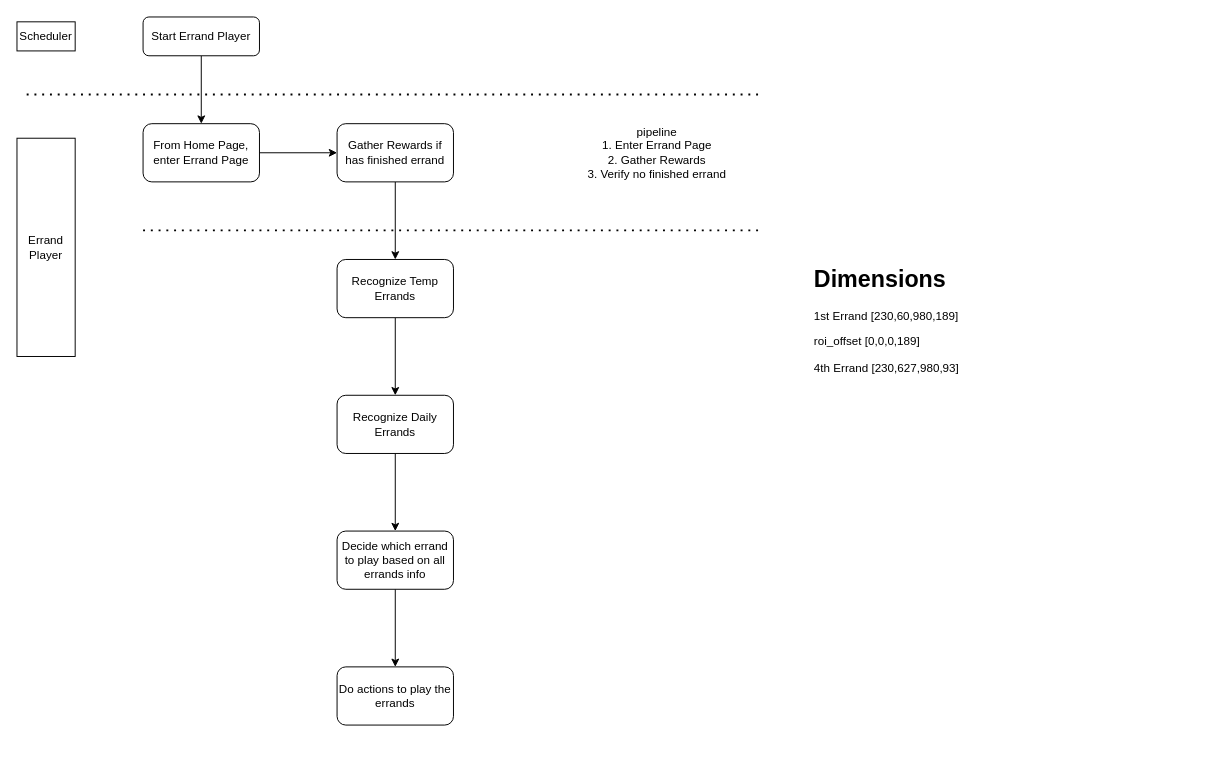
MaaLW/MaaLW-Getto keeps this draw.io diagram as docs/errand.drawio. Above is the earlier version. Source tidied: cells renumbered, new cells numbered last; positions are measured from the earlier drawing's top-left corner, leaving out a move shared by most shapes. Both pictures are drawn from the tidied source at 97%, with x=0, y=0 at pixel (16, 16).
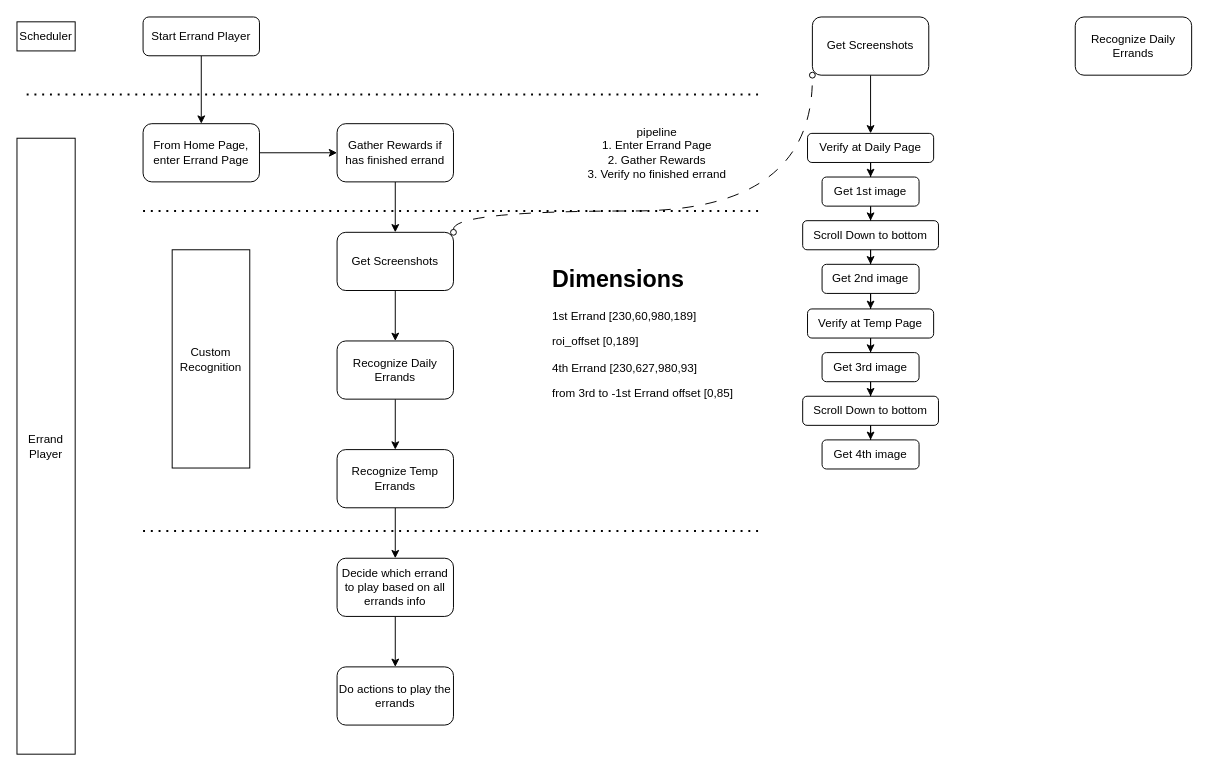
After the change.

The change refers to these unchanged cells:
```xml
<mxCell id="7" value="Gather Rewards if has finished errand" style="whiteSpace=wrap;html=1;rounded=1;glass=0;strokeWidth=1;shadow=0;" parent="1" vertex="1">
  <mxGeometry x="330" y="110" width="120" height="60" as="geometry" />
</mxCell>
```

What changed in the source:
```diff
@@
-    <mxCell id="6" style="edgeStyle=orthogonalEdgeStyle;rounded=0;jettySize=auto;html=1;" parent="1" edge="1" source="7" target="9">
-      <mxGeometry relative="1" as="geometry" />
-    </mxCell>
+    <mxCell id="21" style="edgeStyle=orthogonalEdgeStyle;rounded=0;jettySize=auto;html=1;" parent="1" edge="1" source="7" target="25">
+      <mxGeometry relative="1" as="geometry" />
+    </mxCell>
@@
-    <mxCell id="9" value="Recognize Temp Errands" style="whiteSpace=wrap;html=1;rounded=1;glass=0;strokeWidth=1;shadow=0;" parent="1" vertex="1">
-      <mxGeometry x="330" y="250" width="120" height="60" as="geometry" />
+    <mxCell id="9" value="Recognize Daily Errands" style="whiteSpace=wrap;html=1;rounded=1;glass=0;strokeWidth=1;shadow=0;" parent="1" vertex="1">
+      <mxGeometry x="330" y="334" width="120" height="60" as="geometry" />
     </mxCell>
@@
-    <mxCell id="11" value="Recognize Daily Errands" style="whiteSpace=wrap;html=1;rounded=1;glass=0;strokeWidth=1;shadow=0;" parent="1" vertex="1">
-      <mxGeometry x="330" y="390" width="120" height="60" as="geometry" />
+    <mxCell id="11" value="Recognize Temp Errands" style="whiteSpace=wrap;html=1;rounded=1;glass=0;strokeWidth=1;shadow=0;" parent="1" vertex="1">
+      <mxGeometry x="330" y="446" width="120" height="60" as="geometry" />
     </mxCell>
@@
     <mxCell id="13" value="Decide which errand to play based on all errands info" style="whiteSpace=wrap;html=1;rounded=1;glass=0;strokeWidth=1;shadow=0;" parent="1" vertex="1">
-      <mxGeometry x="330" y="530" width="120" height="60" as="geometry" />
+      <mxGeometry x="330" y="558" width="120" height="60" as="geometry" />
     </mxCell>
@@
     <mxCell id="16" style="endArrow=none;dashed=1;html=1;dashPattern=1 3;strokeWidth=2;rounded=0;" parent="1" edge="1">
       <mxGeometry relative="1" as="geometry">
-        <mxPoint x="130" y="220" as="sourcePoint" />
-        <mxPoint x="770" y="220" as="targetPoint" />
+        <mxPoint x="130" y="200" as="sourcePoint" />
+        <mxPoint x="770" y="200" as="targetPoint" />
       </mxGeometry>
     </mxCell>
@@
-    <mxCell id="18" value="Errand Player" style="text;html=1;align=center;verticalAlign=middle;whiteSpace=wrap;rounded=0;strokeColor=default;" parent="1" vertex="1">
-      <mxGeometry y="125" width="60" height="225" as="geometry" />
+    <mxCell id="18" value="Errand Player" style="text;html=1;align=center;verticalAlign=middle;whiteSpace=wrap;rounded=0;strokeColor=default;glass=0;" parent="1" vertex="1">
+      <mxGeometry y="125" width="60" height="635" as="geometry" />
     </mxCell>
@@
-    <mxCell id="20" value="&lt;h1 style=&quot;margin-top: 0px;&quot;&gt;Dimensions&lt;/h1&gt;&lt;p&gt;1st Errand [230,60,980,189]&lt;/p&gt;&lt;p&gt;roi_offset [0,0,0,189]&lt;/p&gt;&lt;p&gt;4th Errand [230,627,980,93]&lt;/p&gt;" style="text;html=1;whiteSpace=wrap;overflow=hidden;rounded=0;" parent="1" vertex="1">
-      <mxGeometry x="820" y="250" width="180" height="120" as="geometry" />
+    <mxCell id="20" value="&lt;h1 style=&quot;margin-top: 0px;&quot;&gt;Dimensions&lt;/h1&gt;&lt;p&gt;1st Errand [230,60,980,189]&lt;/p&gt;&lt;p&gt;roi_offset [0,189]&lt;/p&gt;&lt;p&gt;4th Errand [230,627,980,93]&lt;/p&gt;&lt;p&gt;from 3rd to -1st Errand offset [0,85]&lt;/p&gt;" style="text;html=1;whiteSpace=wrap;overflow=hidden;rounded=0;" parent="1" vertex="1">
+      <mxGeometry x="550" y="250" width="230" height="290" as="geometry" />
     </mxCell>
+    <mxCell id="22" value="Recognize Daily Errands" style="whiteSpace=wrap;html=1;rounded=1;glass=0;strokeWidth=1;shadow=0;" parent="1" vertex="1">
+      <mxGeometry x="1091" width="120" height="60" as="geometry" />
+    </mxCell>
+    <mxCell id="23" style="edgeStyle=orthogonalEdgeStyle;rounded=0;jettySize=auto;html=1;exitX=0.5;exitY=1;exitDx=0;exitDy=0;entryX=0.5;entryY=0;entryDx=0;entryDy=0;" parent="1" edge="1" source="25" target="9">
+      <mxGeometry relative="1" as="geometry" />
+    </mxCell>
+    <mxCell id="24" style="edgeStyle=orthogonalEdgeStyle;rounded=0;jettySize=auto;html=1;exitX=1;exitY=0;exitDx=0;exitDy=0;entryX=0;entryY=1;entryDx=0;entryDy=0;strokeColor=default;elbow=vertical;curved=1;shadow=0;flowAnimation=1;endArrow=oval;endFill=0;startArrow=oval;startFill=0;dashed=1;dashPattern=12 12;" parent="1" edge="1" source="25" target="27">
+      <mxGeometry relative="1" as="geometry">
+        <Array as="points">
+          <mxPoint x="450" y="200" />
+          <mxPoint x="820" y="200" />
+        </Array>
+      </mxGeometry>
+    </mxCell>
+    <mxCell id="25" value="Get Screenshots" style="whiteSpace=wrap;html=1;rounded=1;glass=0;strokeWidth=1;shadow=0;" parent="1" vertex="1">
+      <mxGeometry x="330" y="222" width="120" height="60" as="geometry" />
+    </mxCell>
+    <mxCell id="26" style="edgeStyle=orthogonalEdgeStyle;rounded=0;jettySize=auto;html=1;" parent="1" edge="1" source="27" target="29">
+      <mxGeometry relative="1" as="geometry" />
+    </mxCell>
+    <mxCell id="27" value="Get Screenshots" style="whiteSpace=wrap;html=1;rounded=1;glass=0;strokeWidth=1;shadow=0;" parent="1" vertex="1">
+      <mxGeometry x="820" width="120" height="60" as="geometry" />
+    </mxCell>
+    <mxCell id="28" style="edgeStyle=orthogonalEdgeStyle;rounded=0;jettySize=auto;html=1;" parent="1" edge="1" source="29" target="31">
+      <mxGeometry relative="1" as="geometry" />
+    </mxCell>
+    <mxCell id="29" value="Verify at Daily Page" style="whiteSpace=wrap;html=1;rounded=1;glass=0;strokeWidth=1;shadow=0;" parent="1" vertex="1">
+      <mxGeometry x="815" y="120" width="130" height="30" as="geometry" />
+    </mxCell>
+    <mxCell id="30" style="edgeStyle=orthogonalEdgeStyle;rounded=0;jettySize=auto;html=1;" parent="1" edge="1" source="31" target="33">
+      <mxGeometry relative="1" as="geometry" />
+    </mxCell>
+    <mxCell id="31" value="Get 1st image" style="whiteSpace=wrap;html=1;rounded=1;glass=0;strokeWidth=1;shadow=0;" parent="1" vertex="1">
+      <mxGeometry x="830" y="165" width="100" height="30" as="geometry" />
+    </mxCell>
+    <mxCell id="32" style="edgeStyle=orthogonalEdgeStyle;rounded=0;jettySize=auto;html=1;" parent="1" edge="1" source="33" target="35">
+      <mxGeometry relative="1" as="geometry" />
+    </mxCell>
+    <mxCell id="33" value="Scroll Down to bottom" style="whiteSpace=wrap;html=1;rounded=1;glass=0;strokeWidth=1;shadow=0;" parent="1" vertex="1">
+      <mxGeometry x="810" y="210" width="140" height="30" as="geometry" />
+    </mxCell>
+    <mxCell id="34" style="edgeStyle=orthogonalEdgeStyle;rounded=0;jettySize=auto;html=1;" parent="1" edge="1" source="35" target="37">
+      <mxGeometry relative="1" as="geometry" />
+    </mxCell>
+    <mxCell id="35" value="Get 2nd image" style="whiteSpace=wrap;html=1;rounded=1;glass=0;strokeWidth=1;shadow=0;" parent="1" vertex="1">
+      <mxGeometry x="830" y="255" width="100" height="30" as="geometry" />
+    </mxCell>
+    <mxCell id="36" style="edgeStyle=orthogonalEdgeStyle;rounded=0;jettySize=auto;html=1;" parent="1" edge="1" source="37" target="39">
+      <mxGeometry relative="1" as="geometry" />
+    </mxCell>
+    <mxCell id="37" value="Verify at Temp Page" style="whiteSpace=wrap;html=1;rounded=1;glass=0;strokeWidth=1;shadow=0;" parent="1" vertex="1">
+      <mxGeometry x="815" y="301" width="130" height="30" as="geometry" />
+    </mxCell>
+    <mxCell id="38" style="edgeStyle=orthogonalEdgeStyle;rounded=0;jettySize=auto;html=1;" parent="1" edge="1" source="39" target="41">
+      <mxGeometry relative="1" as="geometry" />
+    </mxCell>
+    <mxCell id="39" value="Get 3rd image" style="whiteSpace=wrap;html=1;rounded=1;glass=0;strokeWidth=1;shadow=0;" parent="1" vertex="1">
+      <mxGeometry x="830" y="346" width="100" height="30" as="geometry" />
+    </mxCell>
+    <mxCell id="40" style="edgeStyle=orthogonalEdgeStyle;rounded=0;jettySize=auto;html=1;" parent="1" edge="1" source="41" target="42">
+      <mxGeometry relative="1" as="geometry" />
+    </mxCell>
+    <mxCell id="41" value="Scroll Down to bottom" style="whiteSpace=wrap;html=1;rounded=1;glass=0;strokeWidth=1;shadow=0;" parent="1" vertex="1">
+      <mxGeometry x="810" y="391" width="140" height="30" as="geometry" />
+    </mxCell>
+    <mxCell id="42" value="Get 4th image" style="whiteSpace=wrap;html=1;rounded=1;glass=0;strokeWidth=1;shadow=0;" parent="1" vertex="1">
+      <mxGeometry x="830" y="436" width="100" height="30" as="geometry" />
+    </mxCell>
+    <mxCell id="43" style="endArrow=none;dashed=1;html=1;dashPattern=1 3;strokeWidth=2;rounded=0;" parent="1" edge="1">
+      <mxGeometry relative="1" as="geometry">
+        <mxPoint x="130" y="530" as="sourcePoint" />
+        <mxPoint x="770" y="530" as="targetPoint" />
+      </mxGeometry>
+    </mxCell>
+    <mxCell id="44" value="Custom Recognition" style="text;html=1;align=center;verticalAlign=middle;whiteSpace=wrap;rounded=0;strokeColor=default;" parent="1" vertex="1">
+      <mxGeometry x="160" y="240" width="80" height="225" as="geometry" />
+    </mxCell>
```
